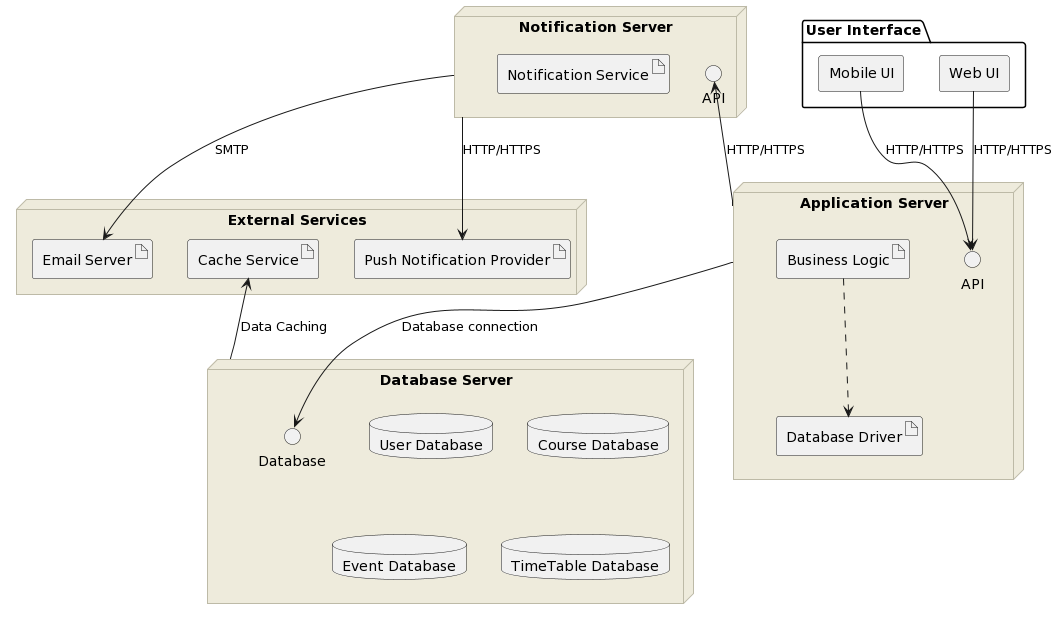
The PlantUML diagram SMA/lab7/pictures/deployment.png in geekylthyosaur/lpnu, before a commit.
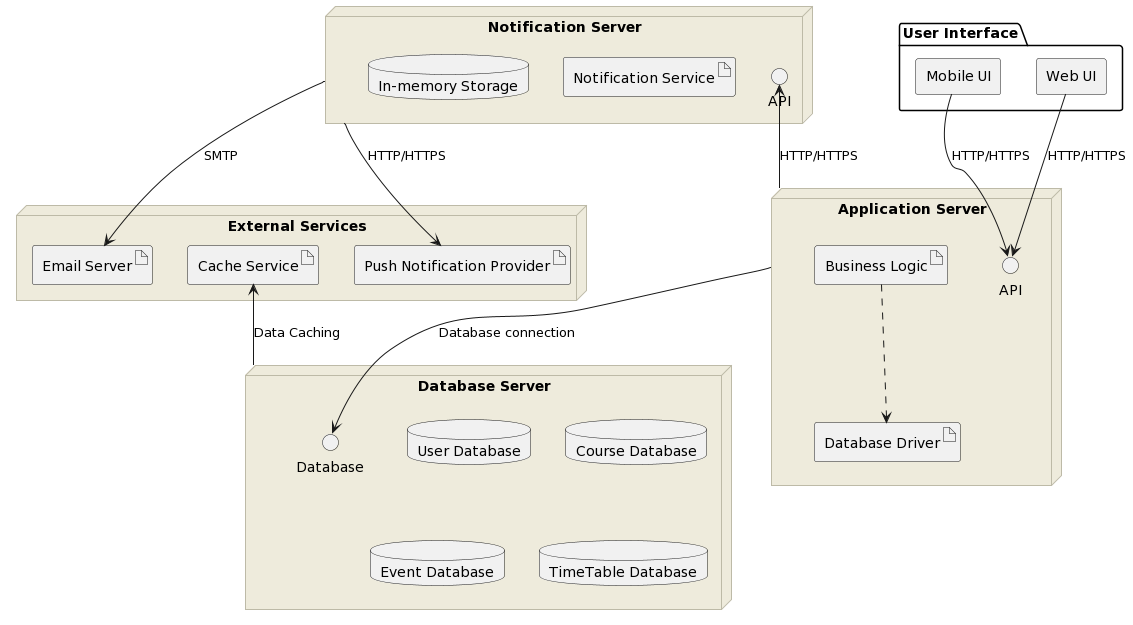
Above is the later version.

The edit, as a diff of the source:
```diff
@@ -34,6 +34,7 @@
 node "Notification Server" as notificationServer {
   interface "API" as notificationService
   artifact "Notification Service"
+  database "In-memory Storage"
 }
 
 webUI -down-> api : HTTP/HTTPS
```
